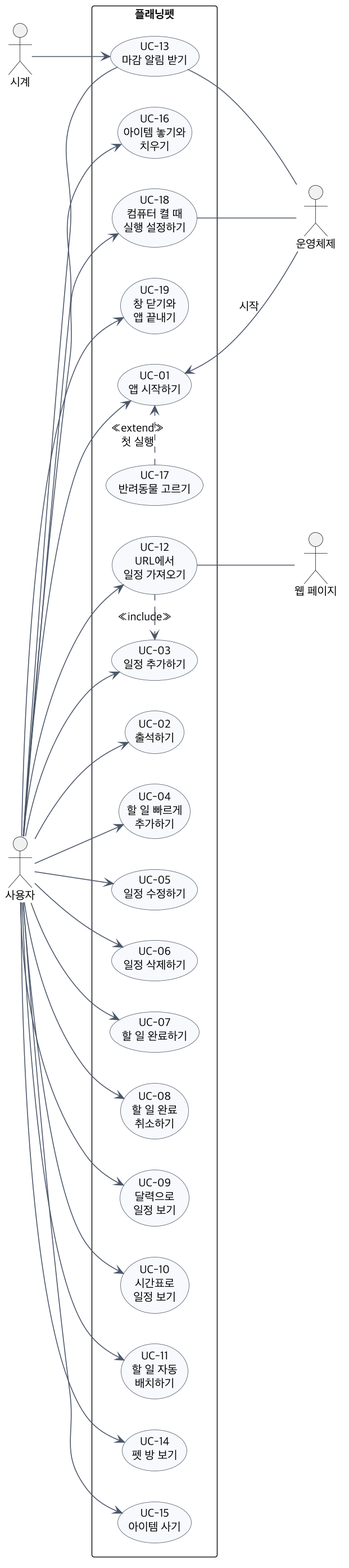
Earlier version of the PlantUML export docs/diagrams/usecase.png (2026-2-software-system-design-11/planning-pet-app).
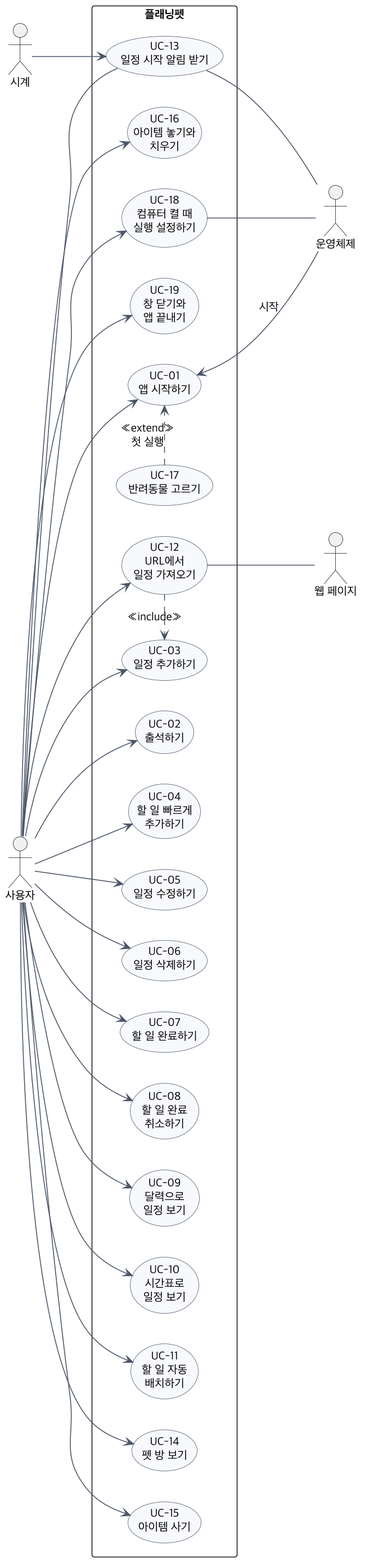
The same diagram one commit later.

The edit, as a diff of the source:
```diff
@@ -31,7 +31,7 @@
   usecase "UC-10\n시간표로\n일정 보기" as UC10
   usecase "UC-11\n할 일 자동\n배치하기" as UC11
   usecase "UC-12\nURL에서\n일정 가져오기" as UC12
-  usecase "UC-13\n마감 알림 받기" as UC13
+  usecase "UC-13\n일정 시작 알림 받기" as UC13
   usecase "UC-14\n펫 방 보기" as UC14
   usecase "UC-15\n아이템 사기" as UC15
   usecase "UC-16\n아이템 놓기와\n치우기" as UC16
```
